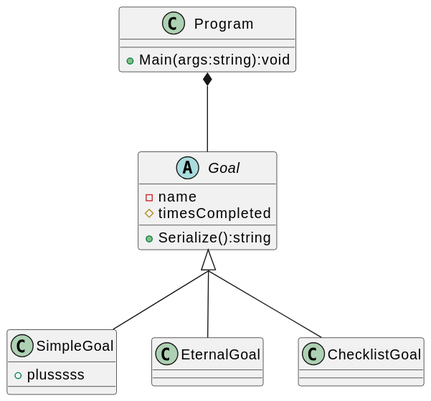
Above: out/ClassDiagram/Eternal Quest.svg in crewsbd/cse210 (PlantUML), before the change.
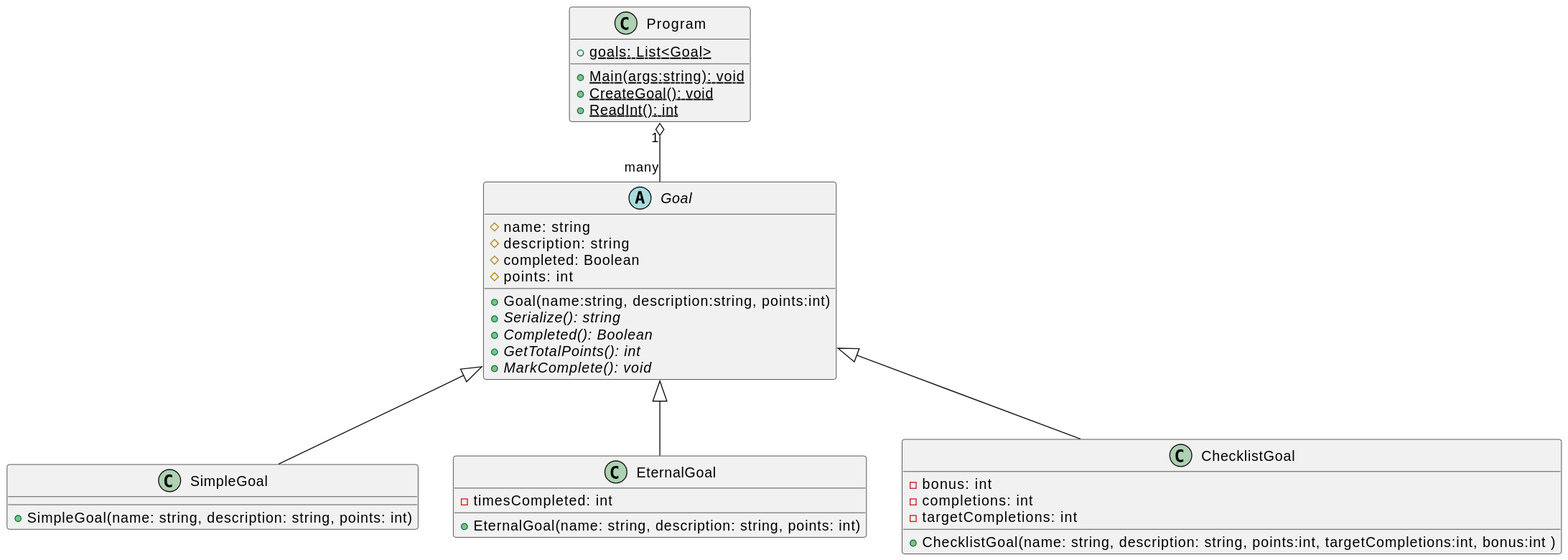
Above is the later version.

The edit, as a diff of the source:
```diff
@@ -1,30 +1,41 @@
 @startuml
-class Program {
-    +Main(args:string):void
+static class Program {
+    +{static} goals: List<Goal>
+    +{static} Main(args:string): void
+    +{static} CreateGoal(): void
+    +{static} ReadInt(): int
 }
 abstract class Goal {
-    -name
-    #timesCompleted
-    +Serialize():string
+    #name: string
+    #description: string
+    #completed: Boolean
+    #points: int
+    +Goal(name:string, description:string, points:int)
+    +{abstract} Serialize(): string
+    +{abstract} Completed(): Boolean
+    +{abstract} GetTotalPoints(): int
+    +{abstract} MarkComplete(): void
 }
 class SimpleGoal {
-    + plusssss
+    +SimpleGoal(name: string, description: string, points: int)
 }
 class EternalGoal {
+    -timesCompleted: int
+    +EternalGoal(name: string, description: string, points: int)
+}
+class ChecklistGoal {
+    -bonus: int
+    -completions: int
+    -targetCompletions: int
+    +ChecklistGoal(name: string, description: string, points:int, targetCompletions:int, bonus:int )
 
 }
-class ChecklistGoal {
-
-}
-
-skinparam groupInheritance 2
-
 
 Goal <|-- SimpleGoal
 Goal <|-- EternalGoal
 Goal <|-- ChecklistGoal
 
-Program *-- Goal
+Program "1" o-- "many" Goal
 @end
 
 PlantUML version 1.2023.1(Sun Jan 29 04:58:56 PST 2023)
```
